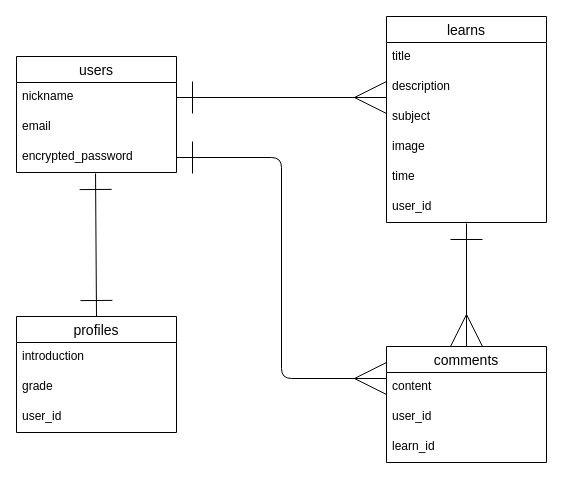
The draw.io diagram test.dio in Mikoto882/learning-record-34334, before the edit. Source tidied: cells renumbered, new cells numbered last; positions are measured from the earlier drawing's top-left corner, leaving out a move shared by most shapes. Both pictures are drawn from the tidied source at 100%, with x=0, y=0 at pixel (16, 16).
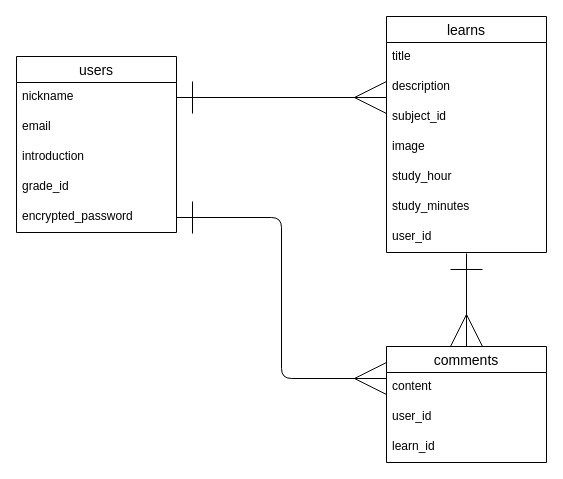
After the change.

The edit, as a diff of the source:
```diff
@@
     <mxCell id="2" value="users" style="swimlane;fontStyle=0;horizontal=1;startSize=26;align=center;fontSize=14;" parent="1" vertex="1">
-      <mxGeometry y="40" width="160" height="116" as="geometry" />
+      <mxGeometry y="40" width="160" height="176" as="geometry" />
     </mxCell>
@@
+    <mxCell id="25" value="email" style="text;strokeColor=none;fillColor=none;spacingLeft=4;spacingRight=4;overflow=hidden;fontSize=12;" parent="2" vertex="1">
+      <mxGeometry y="56" width="160" height="30" as="geometry" />
+    </mxCell>
+    <mxCell id="18" value="introduction" style="text;strokeColor=none;fillColor=none;spacingLeft=4;spacingRight=4;overflow=hidden;fontSize=12;" parent="2" vertex="1">
+      <mxGeometry y="86" width="160" height="30" as="geometry" />
+    </mxCell>
-    <mxCell id="4" value="email" style="text;strokeColor=none;fillColor=none;spacingLeft=4;spacingRight=4;overflow=hidden;fontSize=12;" parent="2" vertex="1">
-      <mxGeometry y="56" width="160" height="30" as="geometry" />
+    <mxCell id="4" value="grade_id" style="text;strokeColor=none;fillColor=none;spacingLeft=4;spacingRight=4;overflow=hidden;fontSize=12;" parent="2" vertex="1">
+      <mxGeometry y="116" width="160" height="30" as="geometry" />
     </mxCell>
     <mxCell id="5" value="encrypted_password" style="text;strokeColor=none;fillColor=none;spacingLeft=4;spacingRight=4;overflow=hidden;points=[[0,0.5],[1,0.5]];portConstraint=eastwest;fontSize=12;" parent="2" vertex="1">
-      <mxGeometry y="86" width="160" height="30" as="geometry" />
+      <mxGeometry y="146" width="160" height="30" as="geometry" />
     </mxCell>
     <mxCell id="6" value="learns" style="swimlane;fontStyle=0;horizontal=1;startSize=26;align=center;fontSize=14;" parent="1" vertex="1">
-      <mxGeometry x="370" width="160" height="206" as="geometry" />
+      <mxGeometry x="370" width="160" height="236" as="geometry" />
     </mxCell>
@@
-    <mxCell id="9" value="subject" style="text;strokeColor=none;fillColor=none;spacingLeft=4;spacingRight=4;overflow=hidden;fontSize=12;" parent="6" vertex="1">
+    <mxCell id="9" value="subject_id" style="text;strokeColor=none;fillColor=none;spacingLeft=4;spacingRight=4;overflow=hidden;fontSize=12;" parent="6" vertex="1">
       <mxGeometry y="86" width="160" height="30" as="geometry" />
     </mxCell>
@@
-    <mxCell id="11" value="time" style="text;strokeColor=none;fillColor=none;spacingLeft=4;spacingRight=4;overflow=hidden;fontSize=12;" parent="6" vertex="1">
+    <mxCell id="11" value="study_hour" style="text;strokeColor=none;fillColor=none;spacingLeft=4;spacingRight=4;overflow=hidden;fontSize=12;" parent="6" vertex="1">
       <mxGeometry y="146" width="160" height="30" as="geometry" />
     </mxCell>
+    <mxCell id="26" value="study_minutes" style="text;strokeColor=none;fillColor=none;spacingLeft=4;spacingRight=4;overflow=hidden;fontSize=12;" parent="6" vertex="1">
+      <mxGeometry y="176" width="160" height="30" as="geometry" />
+    </mxCell>
     <mxCell id="12" value="user_id" style="text;strokeColor=none;fillColor=none;spacingLeft=4;spacingRight=4;overflow=hidden;points=[[0,0.5],[1,0.5]];portConstraint=eastwest;fontSize=12;" parent="6" vertex="1">
-      <mxGeometry y="176" width="160" height="30" as="geometry" />
+      <mxGeometry y="206" width="160" height="30" as="geometry" />
     </mxCell>
@@
-    <mxCell id="17" value="profiles" style="swimlane;fontStyle=0;horizontal=1;startSize=26;align=center;fontSize=14;" parent="1" vertex="1">
-      <mxGeometry y="300" width="160" height="116" as="geometry" />
-    </mxCell>
-    <mxCell id="18" value="introduction" style="text;strokeColor=none;fillColor=none;spacingLeft=4;spacingRight=4;overflow=hidden;fontSize=12;" parent="17" vertex="1">
-      <mxGeometry y="26" width="160" height="30" as="geometry" />
-    </mxCell>
-    <mxCell id="19" value="grade" style="text;strokeColor=none;fillColor=none;spacingLeft=4;spacingRight=4;overflow=hidden;fontSize=12;" parent="17" vertex="1">
-      <mxGeometry y="56" width="160" height="30" as="geometry" />
-    </mxCell>
-    <mxCell id="20" value="user_id" style="text;strokeColor=none;fillColor=none;spacingLeft=4;spacingRight=4;overflow=hidden;fontSize=12;" parent="17" vertex="1">
-      <mxGeometry y="86" width="160" height="30" as="geometry" />
-    </mxCell>
@@
-    <mxCell id="24" style="edgeStyle=none;html=1;exitX=0.494;exitY=1.033;exitDx=0;exitDy=0;entryX=0.5;entryY=0;entryDx=0;entryDy=0;startArrow=ERone;startFill=0;endArrow=ERone;endFill=0;startSize=30;endSize=30;strokeWidth=1;exitPerimeter=0;" parent="1" edge="1" source="5" target="17">
-      <mxGeometry relative="1" as="geometry" />
-    </mxCell>
```
